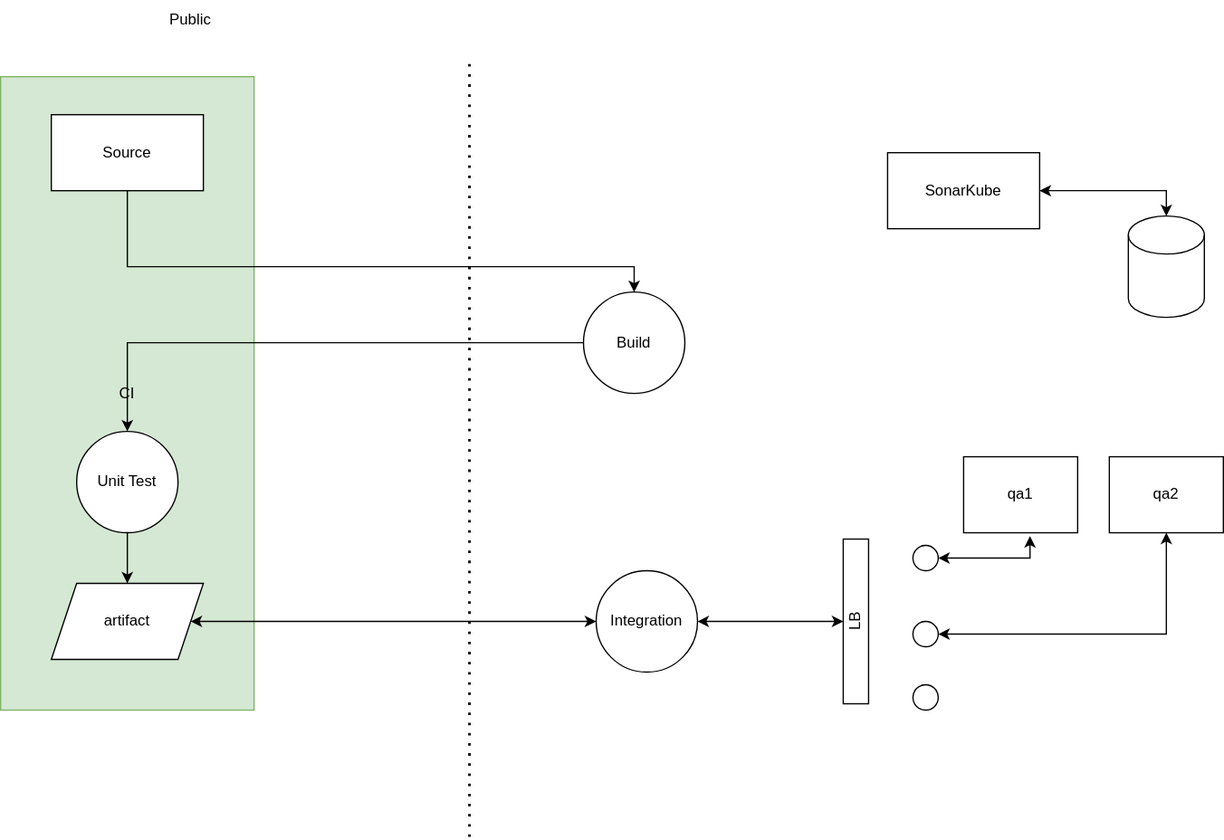
Earlier version of the draw.io export infra/agentsinfrastructureunderstanding.svg (vjavle/invoicecloud). Source tidied: cells renumbered, new cells last; positions are measured from the earlier drawing's top-left corner, leaving out a move shared by most shapes.
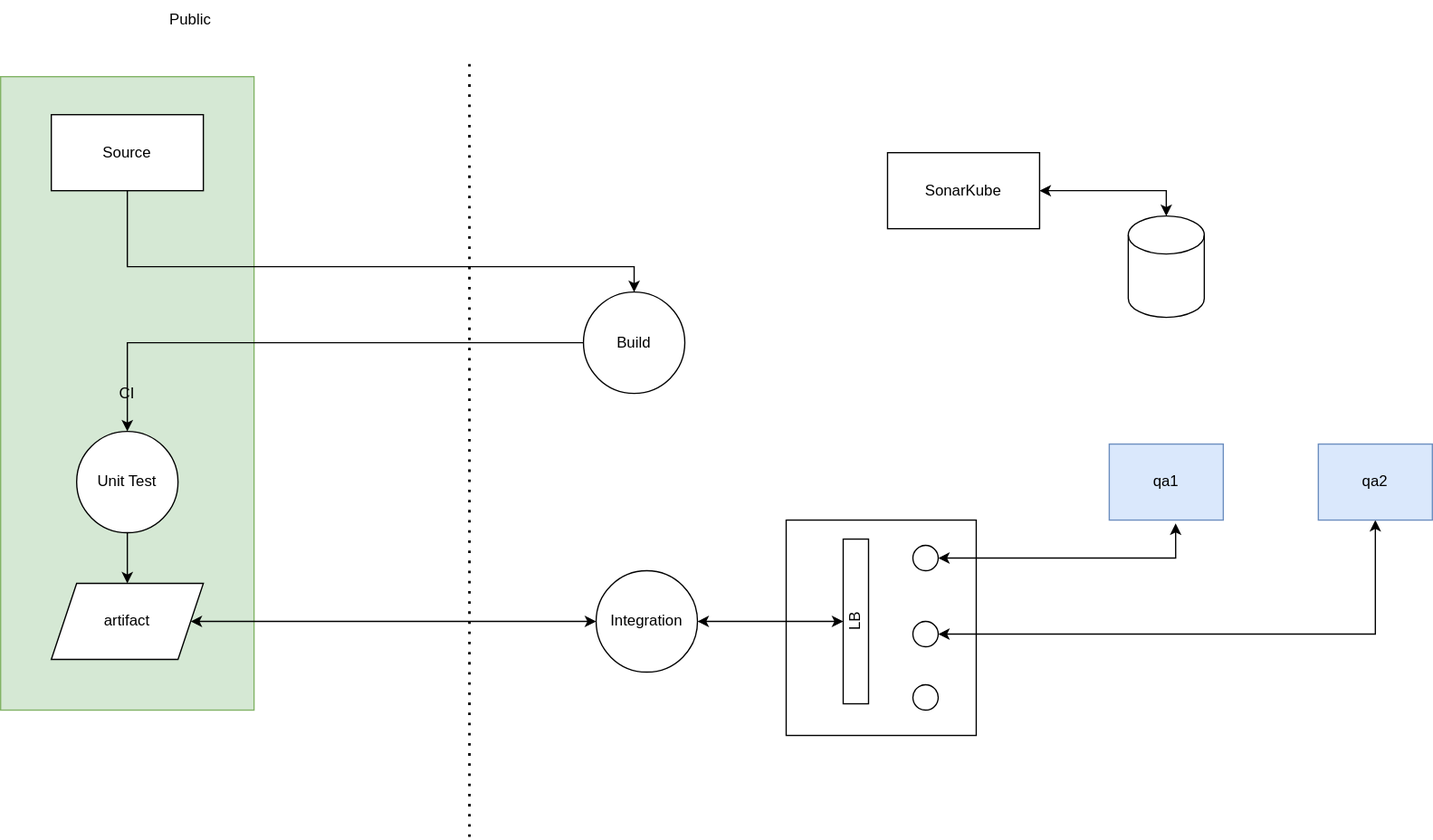
Later version of the same file.

Diff of the diagram source:
```diff
@@ -2,6 +2,9 @@
   <root>
     <mxCell id="0" />
     <mxCell id="1" parent="0" />
+    <mxCell id="26" style="rounded=0;whiteSpace=wrap;html=1;" parent="1" vertex="1">
+      <mxGeometry x="620" y="410" width="150" height="170" as="geometry" />
+    </mxCell>
     <mxCell id="2" value="CI" style="rounded=0;whiteSpace=wrap;html=1;fillColor=#d5e8d4;strokeColor=#82b366;" parent="1" vertex="1">
       <mxGeometry y="60" width="200" height="500" as="geometry" />
     </mxCell>
@@ -37,8 +40,8 @@
     <mxCell id="10" value="Public" style="text;html=1;strokeColor=none;fillColor=none;align=center;verticalAlign=middle;whiteSpace=wrap;rounded=0;" parent="1" vertex="1">
       <mxGeometry x="120" width="60" height="30" as="geometry" />
     </mxCell>
-    <mxCell id="11" value="qa1" style="rounded=0;whiteSpace=wrap;html=1;" parent="1" vertex="1">
-      <mxGeometry x="760" y="360" width="90" height="60" as="geometry" />
+    <mxCell id="11" value="qa1" style="rounded=0;whiteSpace=wrap;html=1;fillColor=#dae8fc;strokeColor=#6c8ebf;" parent="1" vertex="1">
+      <mxGeometry x="875" y="350" width="90" height="60" as="geometry" />
     </mxCell>
     <mxCell id="12" style="edgeStyle=orthogonalEdgeStyle;rounded=0;jettySize=auto;html=1;" parent="1" edge="1" source="13" target="9">
       <mxGeometry relative="1" as="geometry" />
@@ -79,8 +82,8 @@
     <mxCell id="24" value="LB" style="rounded=0;whiteSpace=wrap;html=1;rotation=-90;" parent="1" vertex="1">
       <mxGeometry x="610" y="480" width="130" height="20" as="geometry" />
     </mxCell>
-    <mxCell id="25" value="qa2" style="rounded=0;whiteSpace=wrap;html=1;" parent="1" vertex="1">
-      <mxGeometry x="875" y="360" width="90" height="60" as="geometry" />
+    <mxCell id="25" value="qa2" style="rounded=0;whiteSpace=wrap;html=1;fillColor=#dae8fc;strokeColor=#6c8ebf;" parent="1" vertex="1">
+      <mxGeometry x="1040" y="350" width="90" height="60" as="geometry" />
     </mxCell>
   </root>
 </mxGraphModel>
```
